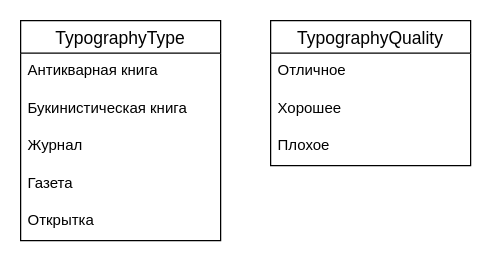
This is page "Значения кодовых словарей" (2 of 2) of Vetus-liber_db.drawio from pmswga/Manuscript, a draw.io file, before an edit. Source tidied: cells renumbered, new cells numbered last; positions are measured from the earlier drawing's top-left corner, leaving out a move shared by most shapes. Both pictures are drawn from the tidied source at 125%, with x=0, y=0 at pixel (20, 20).
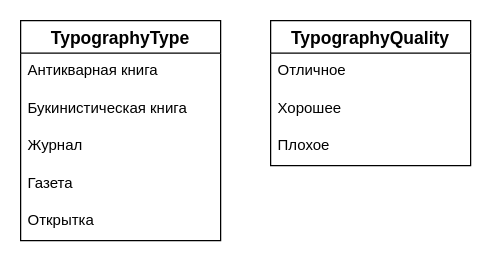
After the change.

Change to the diagram source:
```diff
@@
 <mxGraphModel>
   <root>
     <mxCell id="0" />
     <mxCell id="1" parent="0" />
-    <mxCell id="2" value="TypographyType" style="swimlane;fontStyle=0;horizontal=1;startSize=26;align=center;fontSize=14;" parent="1" vertex="1">
+    <mxCell id="2" value="TypographyType" style="swimlane;fontStyle=1;horizontal=1;startSize=26;align=center;fontSize=14;" parent="1" vertex="1">
       <mxGeometry width="160" height="176" as="geometry" />
     </mxCell>
     <mxCell id="3" value="Антикварная книга" style="text;strokeColor=none;fillColor=none;spacingLeft=4;spacingRight=4;overflow=hidden;fontSize=12;" parent="2" vertex="1">
       <mxGeometry y="26" width="160" height="30" as="geometry" />
     </mxCell>
     <mxCell id="4" value="Букинистическая книга" style="text;strokeColor=none;fillColor=none;spacingLeft=4;spacingRight=4;overflow=hidden;fontSize=12;" parent="2" vertex="1">
       <mxGeometry y="56" width="160" height="30" as="geometry" />
     </mxCell>
     <mxCell id="5" value="Журнал" style="text;strokeColor=none;fillColor=none;spacingLeft=4;spacingRight=4;overflow=hidden;fontSize=12;" parent="2" vertex="1">
       <mxGeometry y="86" width="160" height="30" as="geometry" />
     </mxCell>
     <mxCell id="6" value="Газета" style="text;strokeColor=none;fillColor=none;spacingLeft=4;spacingRight=4;overflow=hidden;fontSize=12;" parent="2" vertex="1">
       <mxGeometry y="116" width="160" height="30" as="geometry" />
     </mxCell>
     <mxCell id="7" value="Открытка" style="text;strokeColor=none;fillColor=none;spacingLeft=4;spacingRight=4;overflow=hidden;fontSize=12;" parent="2" vertex="1">
       <mxGeometry y="146" width="160" height="30" as="geometry" />
     </mxCell>
-    <mxCell id="8" value="TypographyQuality" style="swimlane;fontStyle=0;horizontal=1;startSize=26;align=center;fontSize=14;" parent="1" vertex="1">
+    <mxCell id="8" value="TypographyQuality" style="swimlane;fontStyle=1;horizontal=1;startSize=26;align=center;fontSize=14;" parent="1" vertex="1">
       <mxGeometry x="200" width="160" height="116" as="geometry" />
     </mxCell>
     <mxCell id="9" value="Отличное" style="text;strokeColor=none;fillColor=none;spacingLeft=4;spacingRight=4;overflow=hidden;fontSize=12;" parent="8" vertex="1">
       <mxGeometry y="26" width="160" height="30" as="geometry" />
     </mxCell>
     <mxCell id="10" value="Хорошее" style="text;strokeColor=none;fillColor=none;spacingLeft=4;spacingRight=4;overflow=hidden;fontSize=12;" parent="8" vertex="1">
       <mxGeometry y="56" width="160" height="30" as="geometry" />
     </mxCell>
     <mxCell id="11" value="Плохое" style="text;strokeColor=none;fillColor=none;spacingLeft=4;spacingRight=4;overflow=hidden;fontSize=12;" parent="8" vertex="1">
       <mxGeometry y="86" width="160" height="30" as="geometry" />
     </mxCell>
   </root>
 </mxGraphModel>
```
